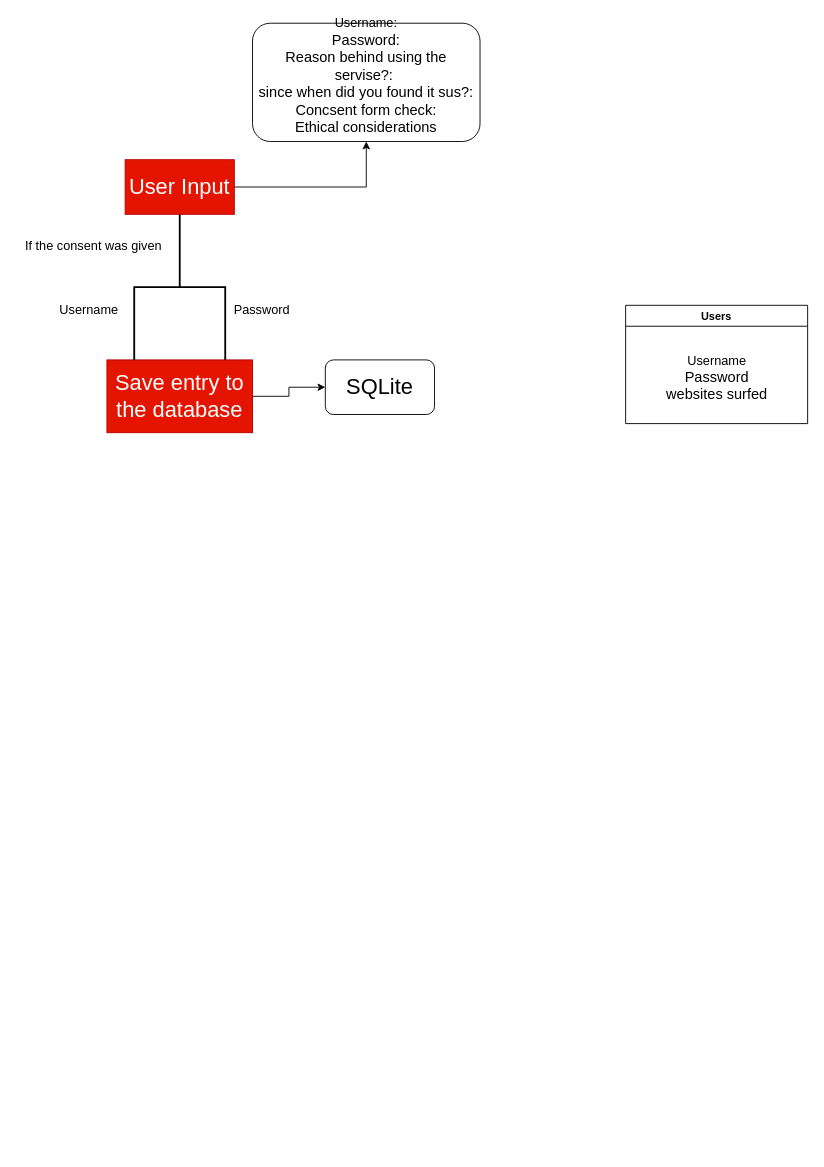
Earlier version of the draw.io diagram system design.drawio (KATHAN-VYAS/CredScan). Source tidied: cells renumbered, new cells numbered last; positions are measured from the earlier drawing's top-left corner, leaving out a move shared by most shapes. Both pictures are drawn from the tidied source at 91%, with x=0, y=0 at pixel (15, 23).
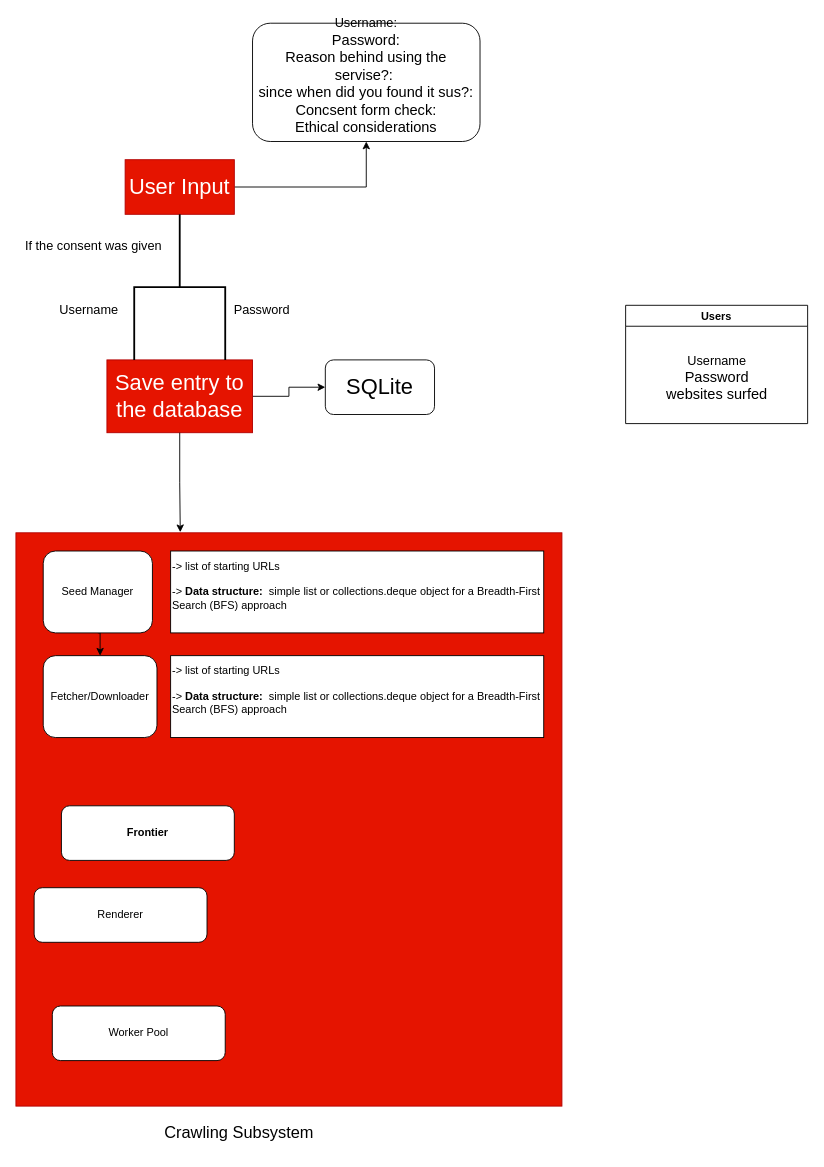
After the change.

The change refers to these unchanged cells:
```xml
<mxCell id="5" value="&lt;font style=&quot;font-size: 24px;&quot;&gt;Save entry to the database&lt;/font&gt;" style="rounded=0;whiteSpace=wrap;html=1;fillColor=#e51400;fontColor=#ffffff;strokeColor=#B20000;" parent="1" vertex="1">
  <mxGeometry x="100" y="370" width="160" height="80" as="geometry" />
</mxCell>
```

What changed in the source:
```diff
@@
+    <mxCell id="14" style="rounded=0;whiteSpace=wrap;html=1;fillColor=#e51400;fontColor=#ffffff;strokeColor=#B20000;" parent="1" vertex="1">
+      <mxGeometry y="560" width="600" height="630" as="geometry" />
+    </mxCell>
+    <mxCell id="15" value="&lt;font style=&quot;font-size: 18px;&quot;&gt;Crawling Subsystem&lt;/font&gt;" style="text;html=1;align=center;verticalAlign=middle;strokeColor=none;fillColor=none;" parent="1" vertex="1">
+      <mxGeometry x="150" y="1200" width="190" height="40" as="geometry" />
+    </mxCell>
+    <mxCell id="16" style="edgeStyle=orthogonalEdgeStyle;rounded=0;jettySize=auto;html=1;exitX=0.5;exitY=1;exitDx=0;exitDy=0;entryX=0.5;entryY=0;entryDx=0;entryDy=0;" parent="1" edge="1" source="17" target="18">
+      <mxGeometry relative="1" as="geometry" />
+    </mxCell>
+    <mxCell id="17" value="Seed Manager" style="rounded=1;whiteSpace=wrap;html=1;" parent="1" vertex="1">
+      <mxGeometry x="30" y="580" width="120" height="90" as="geometry" />
+    </mxCell>
+    <mxCell id="18" value="Fetcher/Downloader" style="rounded=1;whiteSpace=wrap;html=1;" parent="1" vertex="1">
+      <mxGeometry x="30" y="695" width="125" height="90" as="geometry" />
+    </mxCell>
+    <mxCell id="19" value="&lt;strong&gt;Frontier&lt;/strong&gt;" style="rounded=1;whiteSpace=wrap;html=1;" parent="1" vertex="1">
+      <mxGeometry x="50" y="860" width="190" height="60" as="geometry" />
+    </mxCell>
+    <mxCell id="20" value="&lt;div style=&quot;text-align: start;&quot;&gt;&lt;span style=&quot;background-color: transparent; font-size: 0px; text-wrap-mode: nowrap;&quot;&gt;&lt;font face=&quot;monospace&quot; color=&quot;rgba(237, 237, 237, 0)&quot;&gt;v&lt;/font&gt;&lt;/span&gt;&lt;span style=&quot;background-color: transparent; color: light-dark(rgb(0, 0, 0), rgb(255, 255, 255)); text-align: center;&quot;&gt;Renderer&lt;/span&gt;&lt;span style=&quot;background-color: transparent; font-size: 0px; text-wrap-mode: nowrap;&quot;&gt;&lt;font face=&quot;monospace&quot; color=&quot;rgba(237, 237, 237, 0)&quot;&gt;&lt;br&gt;&lt;/font&gt;&lt;/span&gt;&lt;/div&gt;" style="rounded=1;whiteSpace=wrap;html=1;" parent="1" vertex="1">
+      <mxGeometry x="20" y="950" width="190" height="60" as="geometry" />
+    </mxCell>
+    <mxCell id="21" value="&lt;div style=&quot;text-align: start;&quot;&gt;&lt;span style=&quot;background-color: transparent; font-size: 0px; text-wrap-mode: nowrap;&quot;&gt;&lt;font face=&quot;monospace&quot; color=&quot;rgba(237, 237, 237, 0)&quot;&gt;&lt;/font&gt;&lt;/span&gt;&lt;span style=&quot;background-color: transparent; color: light-dark(rgb(0, 0, 0), rgb(255, 255, 255)); text-align: center;&quot;&gt;Worker Pool&lt;/span&gt;&lt;/div&gt;" style="rounded=1;whiteSpace=wrap;html=1;" parent="1" vertex="1">
+      <mxGeometry x="40" y="1080" width="190" height="60" as="geometry" />
+    </mxCell>
+    <mxCell id="22" value="&lt;span style=&quot;font-size: 12px;&quot;&gt;-&amp;gt; list of starting URLs&lt;/span&gt;&lt;div&gt;&lt;br&gt;&lt;div&gt;-&amp;gt; &lt;b&gt;Data structure:&lt;/b&gt;&amp;nbsp;&amp;nbsp;simple list or collections.deque object for a Breadth-First Search (BFS) approach&lt;/div&gt;&lt;/div&gt;&lt;div&gt;&lt;br&gt;&lt;/div&gt;" style="rounded=0;whiteSpace=wrap;html=1;align=left;" parent="1" vertex="1">
+      <mxGeometry x="170" y="580" width="410" height="90" as="geometry" />
+    </mxCell>
+    <mxCell id="23" value="&lt;span style=&quot;font-size: 12px;&quot;&gt;-&amp;gt; list of starting URLs&lt;/span&gt;&lt;div&gt;&lt;br&gt;&lt;div&gt;-&amp;gt; &lt;b&gt;Data structure:&lt;/b&gt;&amp;nbsp;&amp;nbsp;simple list or collections.deque object for a Breadth-First Search (BFS) approach&lt;/div&gt;&lt;/div&gt;&lt;div&gt;&lt;br&gt;&lt;/div&gt;" style="rounded=0;whiteSpace=wrap;html=1;align=left;" parent="1" vertex="1">
+      <mxGeometry x="170" y="695" width="410" height="90" as="geometry" />
+    </mxCell>
+    <mxCell id="24" style="edgeStyle=orthogonalEdgeStyle;rounded=0;jettySize=auto;html=1;exitX=0.5;exitY=1;exitDx=0;exitDy=0;entryX=0.301;entryY=-0.001;entryDx=0;entryDy=0;entryPerimeter=0;" parent="1" edge="1" source="5" target="14">
+      <mxGeometry relative="1" as="geometry" />
+    </mxCell>
```
